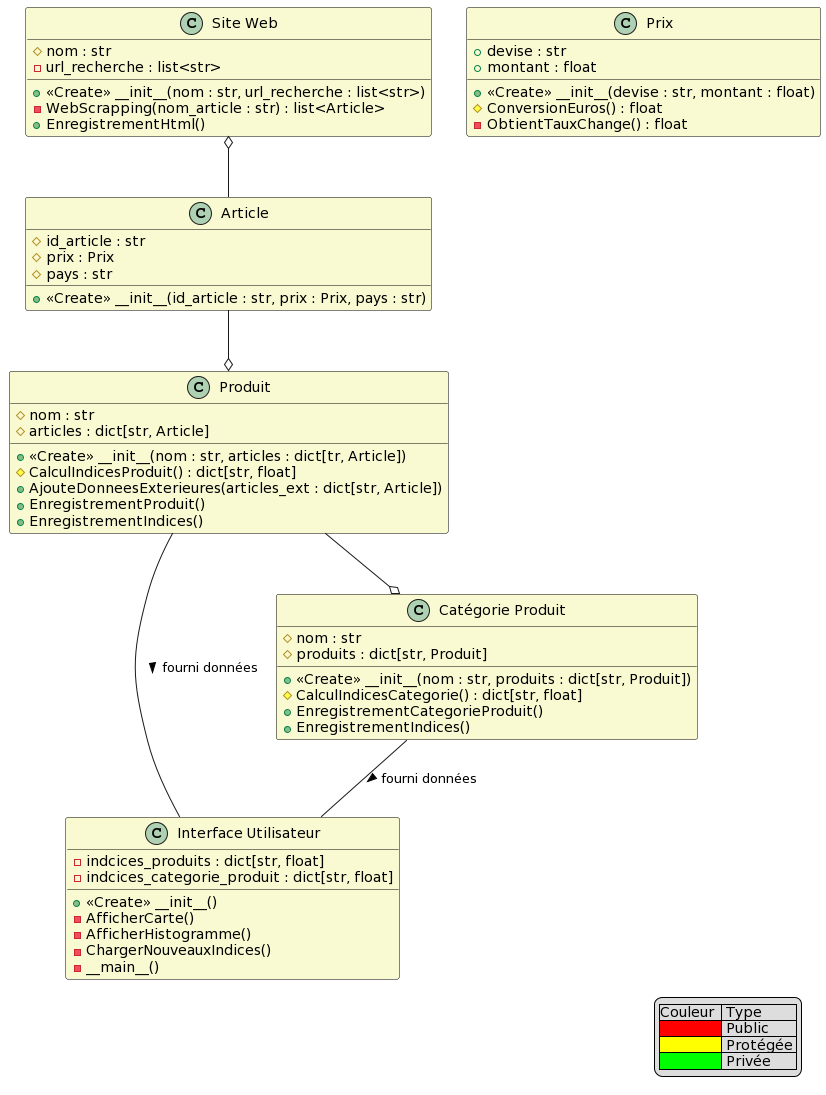
Before: diagrammes/uml.png, a diagram exported from PlantUML (Sjats/ProjetTraitementdeDonnees2024).
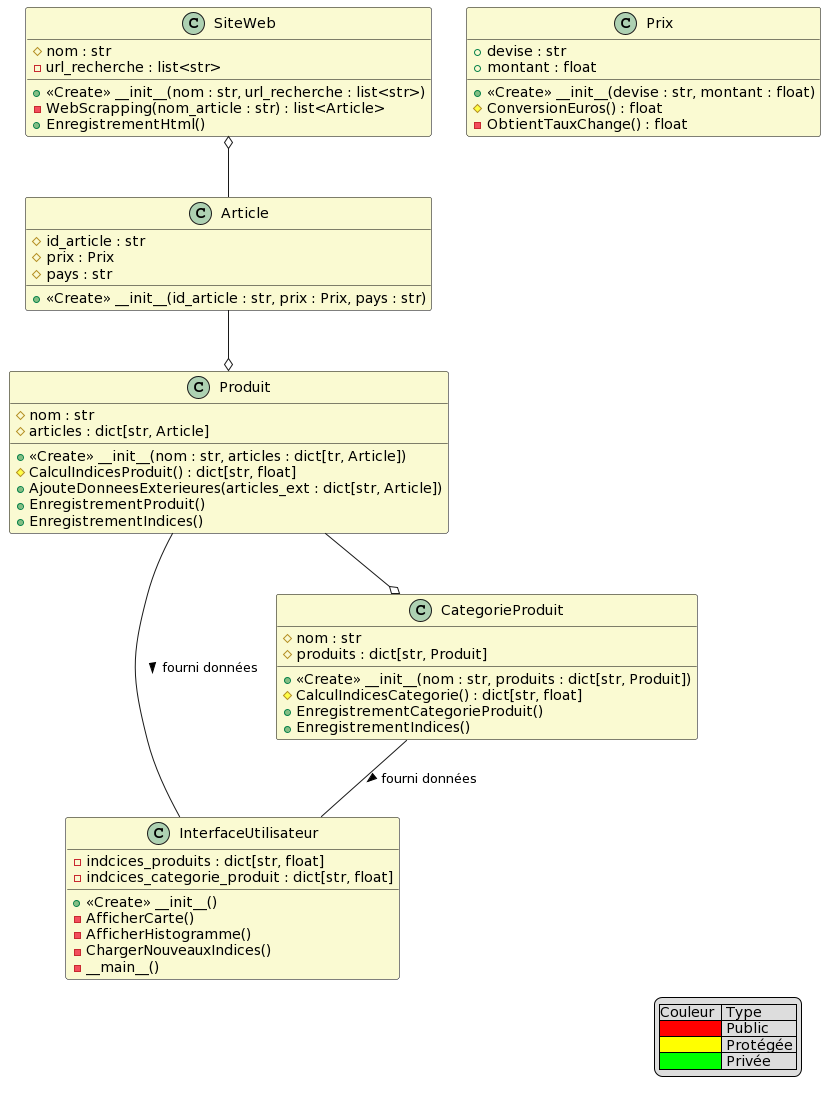
After the change.

Commit message:
sans accents

The edit, as a diff of the source:
```diff
@@ -11,7 +11,7 @@
     BorderColor black
 }
 
-class "Site Web" {
+class "SiteWeb" {
     # nom : str
     - url_recherche : list<str>
     + <<Create>> __init__(nom : str, url_recherche : list<str>)
@@ -21,7 +21,7 @@
 
 }
 
-class "Interface Utilisateur" {
+class "InterfaceUtilisateur" {
     - indcices_produits : dict[str, float]
     - indcices_categorie_produit : dict[str, float]
     + <<Create>> __init__()
@@ -48,7 +48,7 @@
     + EnregistrementIndices()
 }
 
-class "Catégorie Produit" {
+class "CategorieProduit" {
     # nom : str
     # produits : dict[str, Produit]
     + <<Create>> __init__(nom : str, produits : dict[str, Produit])
@@ -67,10 +67,10 @@
 }
 
 
-"Site Web" o-- Article
+"SiteWeb" o-- Article
 Article --o Produit
-Produit --o "Catégorie Produit"
+Produit --o "CategorieProduit"
 
-"Catégorie Produit" -- "Interface Utilisateur" : fourni données >
-Produit -- "Interface Utilisateur" : fourni données >
+"CategorieProduit" -- "InterfaceUtilisateur" : fourni données >
+Produit -- "InterfaceUtilisateur" : fourni données >
 @enduml
```
